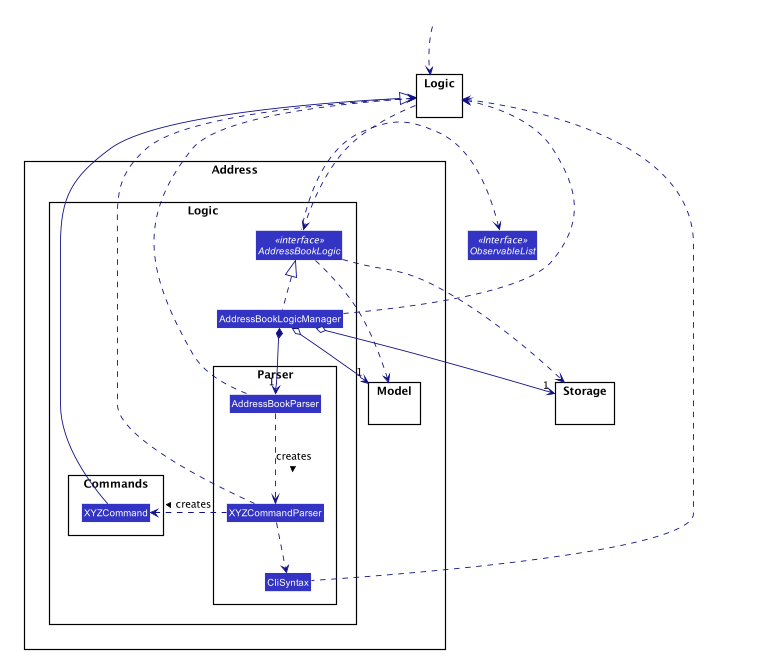
Earlier version of the PlantUML export docs/images/AddressLogicClassDiagram.png (nus-cs2103-AY1920S1/addressbook-level3).
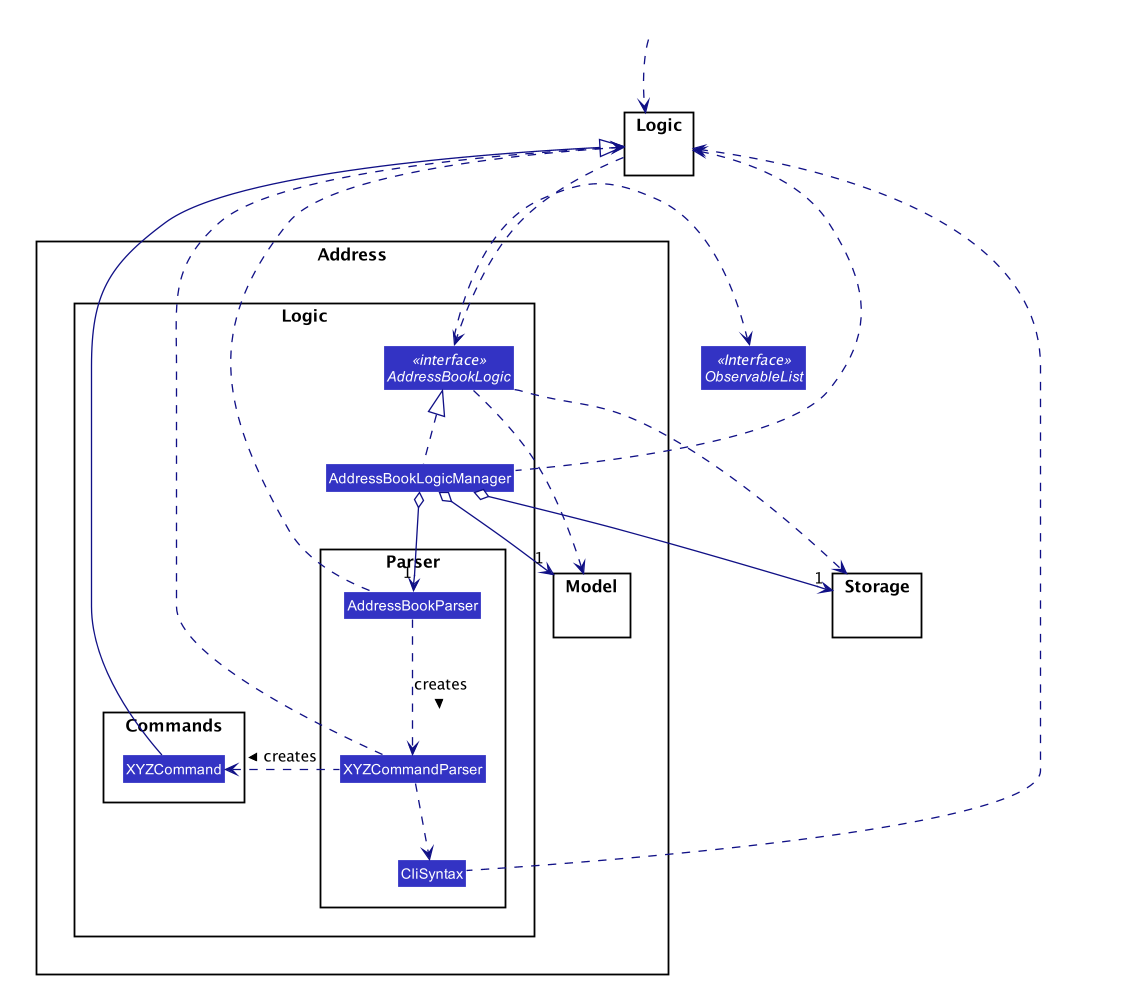
The same diagram one commit later.

Commit message:
Update UML class diagrams and images

Change to the diagram source:
```diff
@@ -92,7 +92,7 @@
 
 Address.Logic.AddressBookLogicManager o--> "1" Storage
 Address.Logic.AddressBookLogicManager o--> "1" Address.Model
-Address.Logic.AddressBookLogicManager *-down-> "1" Address.Logic.Parser.AddressBookParser
+Address.Logic.AddressBookLogicManager o-down-> "1" Address.Logic.Parser.AddressBookParser
 
 
 Address.Logic.Commands.XYZCommand -up-|> Logic
```
